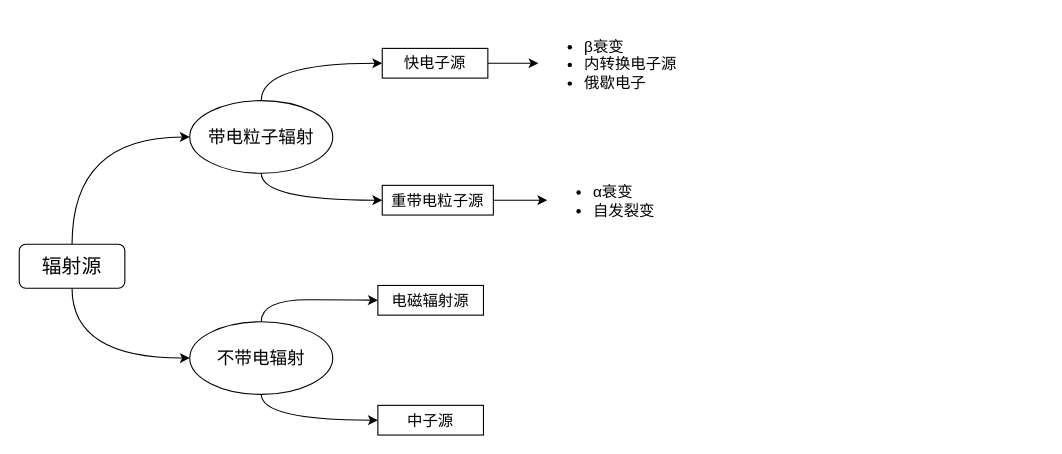
wenhao999999999999/Study-Notes keeps this draw.io diagram as Radiation Detection and Measurement/核辐射探测与测量思维导图.drawio. Above is the earlier version. Source tidied: cells renumbered, new cells numbered last; positions are measured from the earlier drawing's top-left corner, leaving out a move shared by most shapes. Both pictures are drawn from the tidied source at 110%, with x=0, y=0 at pixel (19, 19).
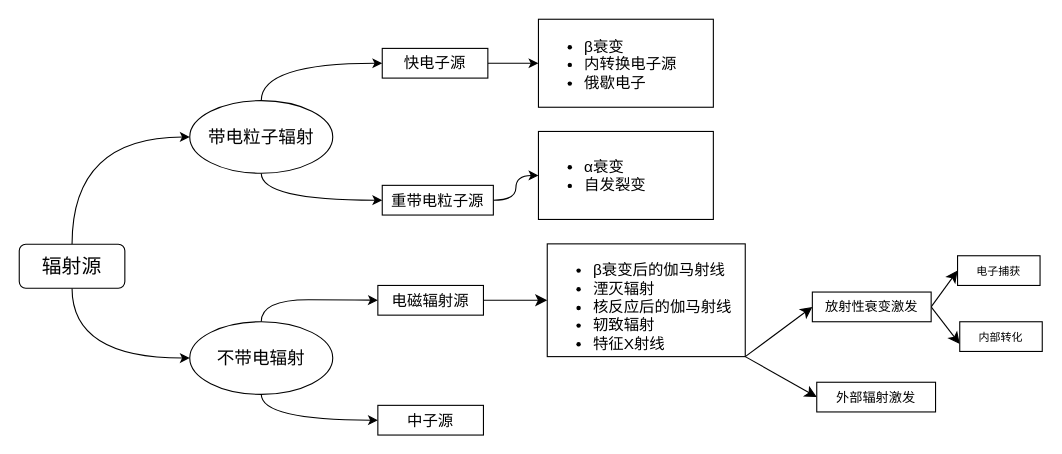
The same diagram, later.

Unchanged cells that the change refers to:
```xml
<mxCell id="14" value="重带电粒子源" style="rounded=0;whiteSpace=wrap;html=1;fontSize=14;" parent="1" vertex="1">
  <mxGeometry x="330" y="151" width="101" height="27" as="geometry" />
</mxCell>
<mxCell id="17" value="电磁辐射源" style="rounded=0;whiteSpace=wrap;html=1;fontSize=14;" parent="1" vertex="1">
  <mxGeometry x="326" y="242" width="96" height="27" as="geometry" />
</mxCell>
```

The edit, as a diff of the source:
```diff
@@
-    <mxCell id="13" style="edgeStyle=orthogonalEdgeStyle;rounded=0;jettySize=auto;html=1;exitX=1;exitY=0.5;exitDx=0;exitDy=0;" parent="1" edge="1" source="14" target="16">
+    <mxCell id="13" style="edgeStyle=orthogonalEdgeStyle;rounded=0;jettySize=auto;html=1;exitX=1;exitY=0.5;exitDx=0;exitDy=0;curved=1;" parent="1" edge="1" source="14" target="16">
       <mxGeometry relative="1" as="geometry" />
     </mxCell>
@@
-    <mxCell id="15" value="&lt;ul&gt;&lt;li&gt;β衰变&lt;/li&gt;&lt;li&gt;内转换电子源&lt;/li&gt;&lt;li&gt;俄歇电子&lt;/li&gt;&lt;/ul&gt;" style="text;strokeColor=none;fillColor=none;html=1;whiteSpace=wrap;verticalAlign=middle;overflow=hidden;fontSize=14;" parent="1" vertex="1">
+    <mxCell id="15" value="&lt;ul&gt;&lt;li&gt;β衰变&lt;/li&gt;&lt;li&gt;内转换电子源&lt;/li&gt;&lt;li&gt;俄歇电子&lt;/li&gt;&lt;/ul&gt;" style="text;strokeColor=default;fillColor=none;html=1;whiteSpace=wrap;verticalAlign=middle;overflow=hidden;fontSize=14;" parent="1" vertex="1">
       <mxGeometry x="472" width="159" height="80" as="geometry" />
     </mxCell>
-    <mxCell id="16" value="&lt;ul&gt;&lt;li&gt;α衰变&lt;/li&gt;&lt;li&gt;自发裂变&lt;/li&gt;&lt;/ul&gt;" style="text;strokeColor=none;fillColor=none;html=1;whiteSpace=wrap;verticalAlign=middle;overflow=hidden;fontSize=14;" parent="1" vertex="1">
-      <mxGeometry x="480" y="124.5" width="159" height="80" as="geometry" />
+    <mxCell id="16" value="&lt;ul&gt;&lt;li&gt;α衰变&lt;/li&gt;&lt;li&gt;自发裂变&lt;/li&gt;&lt;/ul&gt;" style="text;strokeColor=default;fillColor=none;html=1;whiteSpace=wrap;verticalAlign=middle;overflow=hidden;fontSize=14;" parent="1" vertex="1">
+      <mxGeometry x="472" y="102" width="159" height="80" as="geometry" />
     </mxCell>
+    <mxCell id="19" style="edgeStyle=none;curved=1;rounded=0;jettySize=auto;html=1;exitX=1;exitY=0.5;exitDx=0;exitDy=0;entryX=0;entryY=0.5;entryDx=0;entryDy=0;fontSize=12;startSize=8;endSize=8;" parent="1" edge="1" source="17" target="22">
+      <mxGeometry relative="1" as="geometry" />
+    </mxCell>
@@
+    <mxCell id="20" style="edgeStyle=none;curved=1;rounded=0;jettySize=auto;html=1;exitX=1;exitY=1;exitDx=0;exitDy=0;entryX=0;entryY=0.5;entryDx=0;entryDy=0;fontSize=12;startSize=8;endSize=8;" parent="1" edge="1" source="22" target="25">
+      <mxGeometry relative="1" as="geometry" />
+    </mxCell>
+    <mxCell id="21" style="edgeStyle=none;curved=1;rounded=0;jettySize=auto;html=1;exitX=1;exitY=1;exitDx=0;exitDy=0;entryX=0;entryY=0.5;entryDx=0;entryDy=0;fontSize=12;startSize=8;endSize=8;" parent="1" edge="1" source="22" target="26">
+      <mxGeometry relative="1" as="geometry" />
+    </mxCell>
+    <mxCell id="22" value="&lt;ul&gt;&lt;li&gt;β衰变后的伽马射线&lt;/li&gt;&lt;li&gt;湮灭辐射&lt;/li&gt;&lt;li&gt;核反应后的伽马射线&lt;/li&gt;&lt;li&gt;轫致辐射&lt;/li&gt;&lt;li&gt;特征X射线&lt;/li&gt;&lt;/ul&gt;" style="text;strokeColor=default;fillColor=none;html=1;whiteSpace=wrap;verticalAlign=middle;overflow=hidden;fontSize=14;" parent="1" vertex="1">
+      <mxGeometry x="480" y="204.2" width="180" height="102.5" as="geometry" />
+    </mxCell>
+    <mxCell id="23" style="edgeStyle=none;curved=1;rounded=0;jettySize=auto;html=1;exitX=1;exitY=0.5;exitDx=0;exitDy=0;entryX=0;entryY=0.5;entryDx=0;entryDy=0;fontSize=12;startSize=8;endSize=8;" parent="1" edge="1" source="25" target="27">
+      <mxGeometry relative="1" as="geometry" />
+    </mxCell>
+    <mxCell id="24" style="edgeStyle=none;curved=1;rounded=0;jettySize=auto;html=1;exitX=1;exitY=0.5;exitDx=0;exitDy=0;entryX=0;entryY=0.75;entryDx=0;entryDy=0;fontSize=12;startSize=8;endSize=8;" parent="1" edge="1" source="25" target="28">
+      <mxGeometry relative="1" as="geometry" />
+    </mxCell>
+    <mxCell id="25" value="放射性衰变激发" style="rounded=0;whiteSpace=wrap;html=1;fontSize=12;" parent="1" vertex="1">
+      <mxGeometry x="721" y="248" width="108" height="27" as="geometry" />
+    </mxCell>
+    <mxCell id="26" value="外部辐射激发" style="rounded=0;whiteSpace=wrap;html=1;fontSize=12;" parent="1" vertex="1">
+      <mxGeometry x="725" y="330" width="108" height="27" as="geometry" />
+    </mxCell>
+    <mxCell id="27" value="电子捕获" style="rounded=0;whiteSpace=wrap;html=1;fontSize=10;" parent="1" vertex="1">
+      <mxGeometry x="853" y="215" width="75" height="27" as="geometry" />
+    </mxCell>
+    <mxCell id="28" value="内部转化" style="rounded=0;whiteSpace=wrap;html=1;fontSize=10;" parent="1" vertex="1">
+      <mxGeometry x="855" y="275" width="75" height="27" as="geometry" />
+    </mxCell>
```
